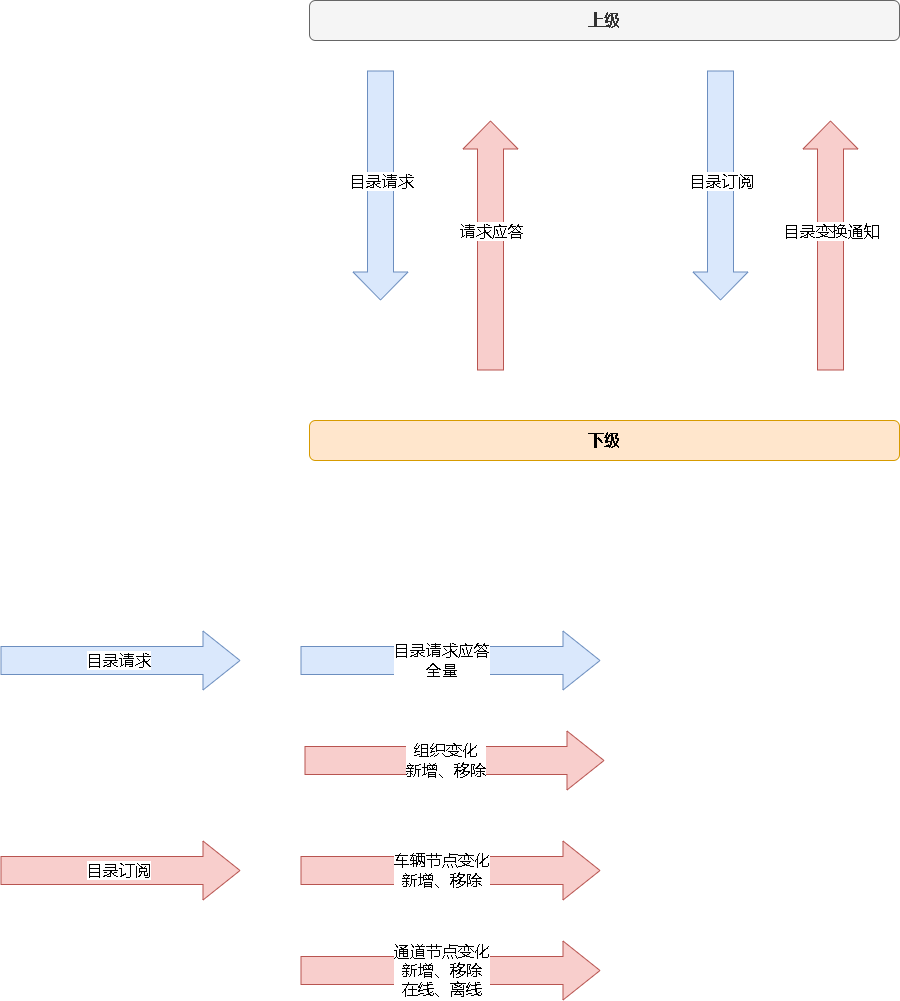
Above: 28181.drawio.png in xktder/draw (draw.io), before the change. Source tidied: cells renumbered, new cells last; positions are measured from the earlier drawing's top-left corner, leaving out a move shared by most shapes.
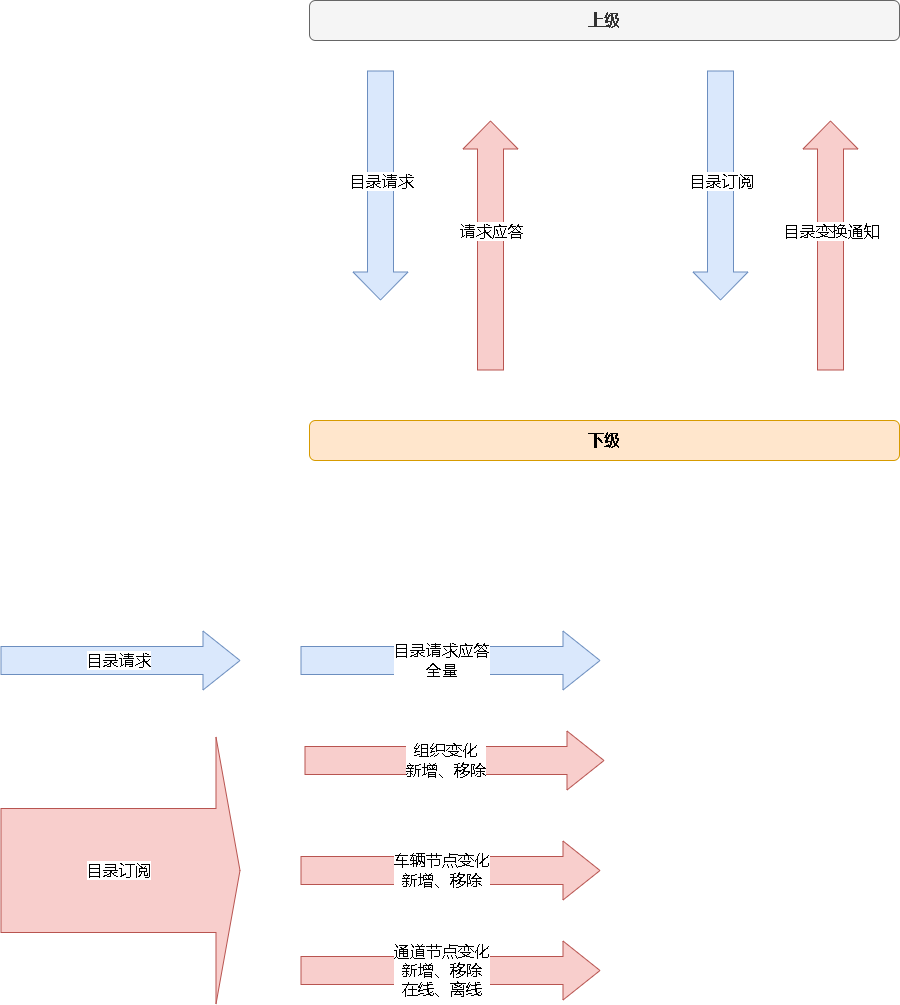
After the change.

Diff of the diagram source:
```diff
@@ -107,7 +107,7 @@
         <mxPoint x="25" as="offset" />
       </mxGeometry>
     </mxCell>
-    <mxCell id="22" style="shape=flexArrow;endArrow=classic;html=1;rounded=0;fontSize=16;width=28;endSize=12;endWidth=30;fillColor=#f8cecc;strokeColor=#b85450;" parent="1" edge="1">
+    <mxCell id="22" style="shape=flexArrow;endArrow=classic;html=1;rounded=0;fontSize=16;width=124;endSize=7.67;endWidth=142;fillColor=#f8cecc;strokeColor=#b85450;" parent="1" edge="1">
       <mxGeometry relative="1" as="geometry">
         <mxPoint y="870" as="sourcePoint" />
         <mxPoint x="240" y="870" as="targetPoint" />
```
